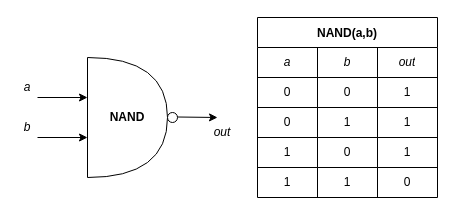
Earlier version of the draw.io diagram projects/01/NAND.drawio (aaronmbos/nand2tetris). Source tidied: cells renumbered, new cells numbered last; positions are measured from the earlier drawing's top-left corner, leaving out a move shared by most shapes. Both pictures are drawn from the tidied source at 100%, with x=0, y=0 at pixel (17, 17).
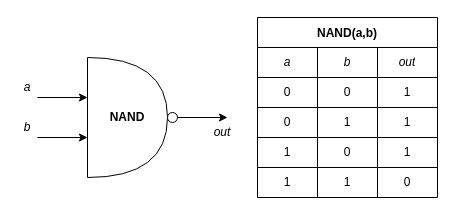
The same diagram, later.

Change to the diagram source:
```diff
@@
-    <mxCell id="25" style="endArrow=classic;html=1;rounded=0;fontFamily=JetBrains Mono;" parent="1" edge="1">
-      <mxGeometry relative="1" as="geometry">
-        <mxPoint x="160" y="99.5" as="sourcePoint" />
-        <mxPoint x="200" y="100" as="targetPoint" />
-      </mxGeometry>
-    </mxCell>
@@
+    <mxCell id="32" style="endArrow=classic;html=1;rounded=0;fontFamily=JetBrains Mono;" parent="1" edge="1">
+      <mxGeometry relative="1" as="geometry">
+        <mxPoint x="160" y="100" as="sourcePoint" />
+        <mxPoint x="210" y="100" as="targetPoint" />
+      </mxGeometry>
+    </mxCell>
```
